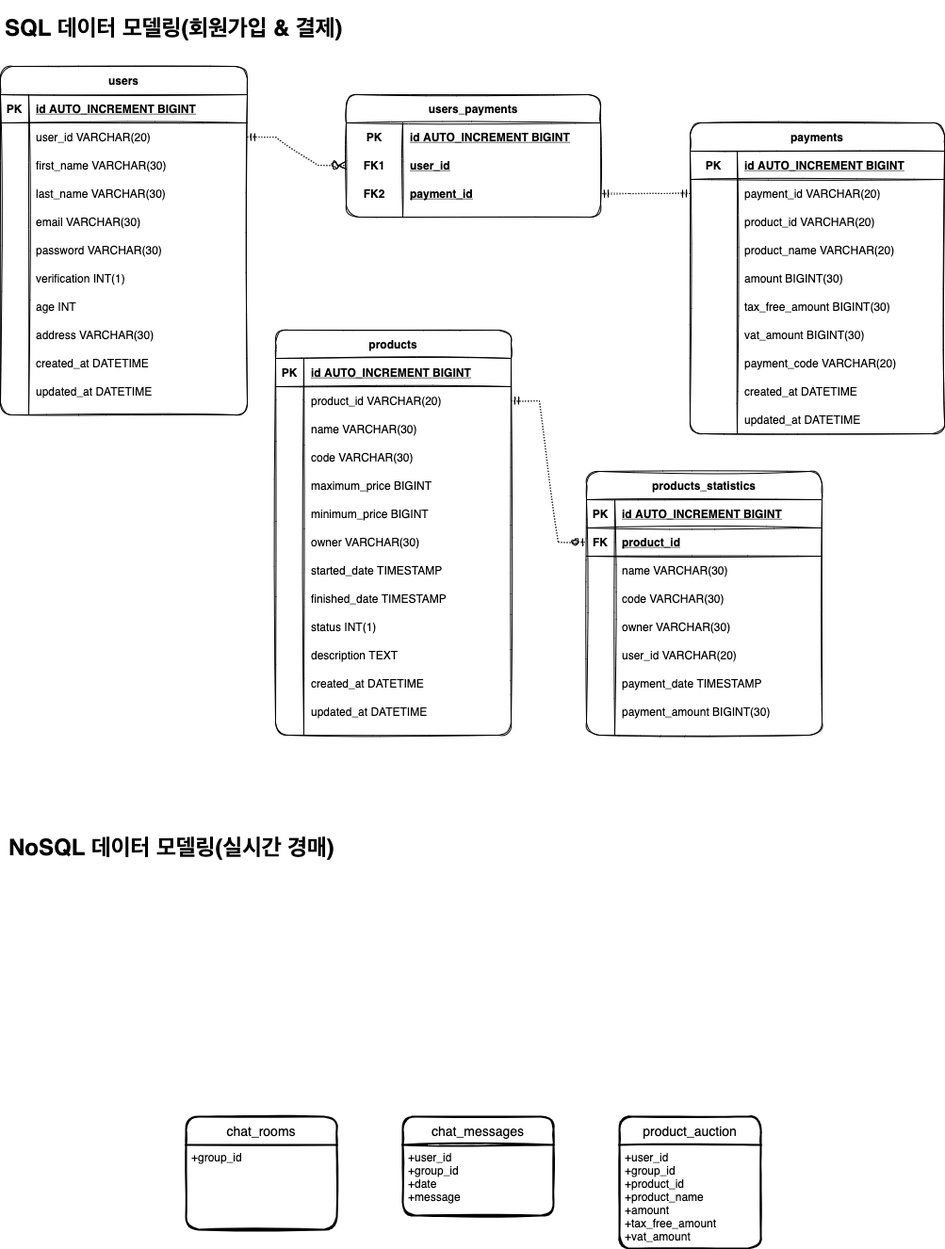
The draw.io diagram sago_database_schema.png in AnneMayor/TestRepository, before a commit. Source tidied: cells renumbered, new cells last; positions are measured from the earlier drawing's top-left corner, leaving out a move shared by most shapes.
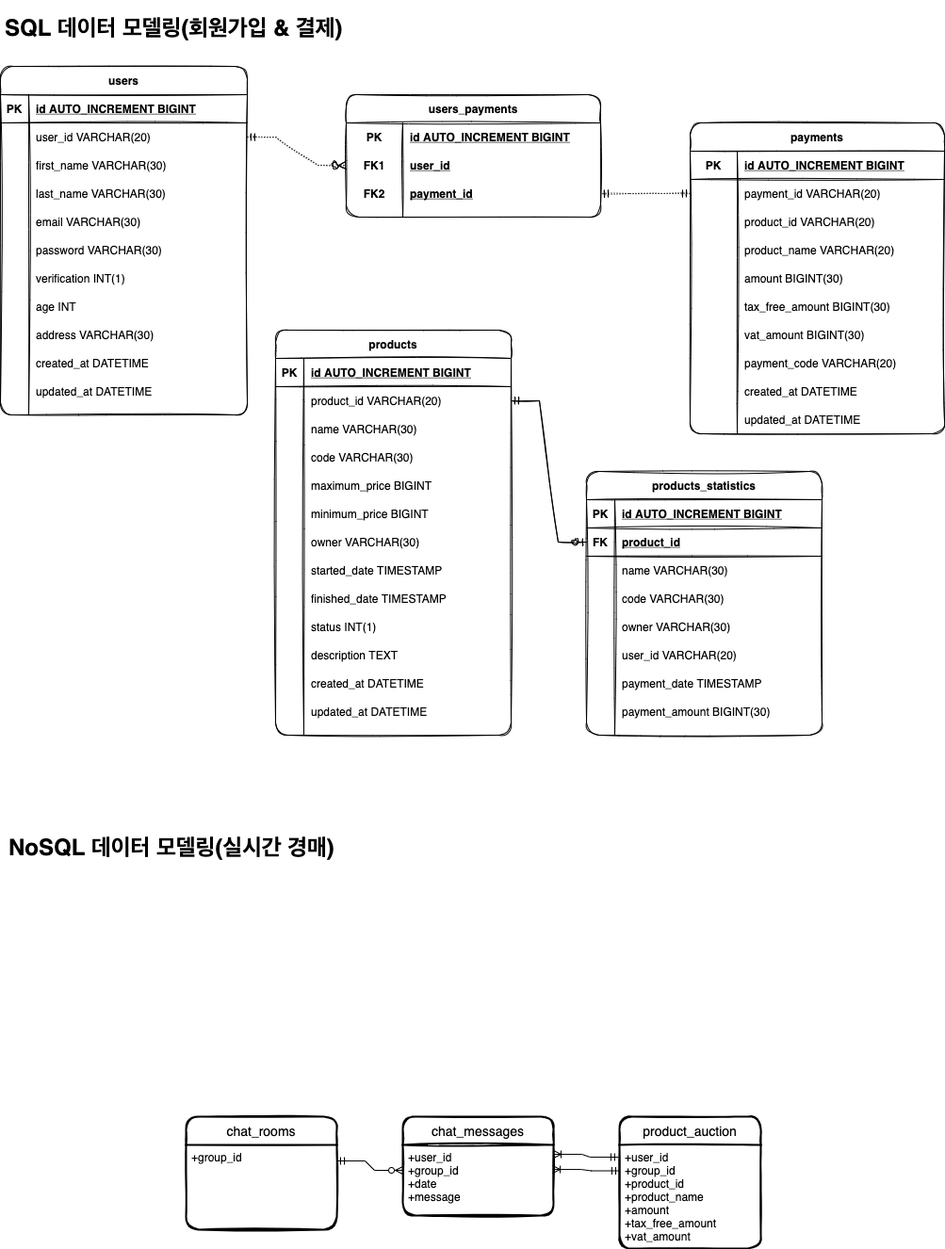
Later version of the same file.

Commit message:
Updated NoSQL relations

Diff of the diagram source:
```diff
@@ -458,8 +458,17 @@
     <mxCell id="153" style="edgeStyle=entityRelationEdgeStyle;fontSize=12;html=1;endArrow=ERzeroToMany;startArrow=ERmandOne;rounded=0;sketch=1;exitX=1;exitY=0.5;exitDx=0;exitDy=0;entryX=0;entryY=0.5;entryDx=0;entryDy=0;dashed=1;dashPattern=1 2;" parent="1" edge="1" source="6" target="81">
       <mxGeometry relative="1" as="geometry" />
     </mxCell>
-    <mxCell id="154" style="edgeStyle=entityRelationEdgeStyle;fontSize=12;html=1;endArrow=ERzeroToOne;startArrow=ERmandOne;rounded=0;sketch=1;entryX=0;entryY=0.5;entryDx=0;entryDy=0;exitX=1;exitY=0.5;exitDx=0;exitDy=0;dashed=1;dashPattern=1 2;" parent="1" edge="1" source="40" target="124">
+    <mxCell id="154" style="edgeStyle=entityRelationEdgeStyle;fontSize=12;html=1;endArrow=ERzeroToOne;startArrow=ERmandOne;rounded=0;sketch=1;entryX=0;entryY=0.5;entryDx=0;entryDy=0;exitX=1;exitY=0.5;exitDx=0;exitDy=0;" parent="1" edge="1" source="40" target="124">
       <mxGeometry relative="1" as="geometry" />
     </mxCell>
+    <mxCell id="155" style="edgeStyle=entityRelationEdgeStyle;fontSize=12;html=1;endArrow=ERzeroToMany;startArrow=ERmandOne;rounded=0;exitX=1;exitY=0.189;exitDx=0;exitDy=0;exitPerimeter=0;entryX=0;entryY=0.36;entryDx=0;entryDy=0;entryPerimeter=0;" parent="1" edge="1" source="147" target="149">
+      <mxGeometry relative="1" as="geometry" />
+    </mxCell>
+    <mxCell id="156" style="edgeStyle=entityRelationEdgeStyle;fontSize=12;html=1;endArrow=ERoneToMany;startArrow=ERmandOne;rounded=0;exitX=-0.007;exitY=0.118;exitDx=0;exitDy=0;exitPerimeter=0;entryX=1;entryY=0.133;entryDx=0;entryDy=0;entryPerimeter=0;" parent="1" edge="1" source="151" target="149">
+      <mxGeometry relative="1" as="geometry" />
+    </mxCell>
+    <mxCell id="157" style="edgeStyle=entityRelationEdgeStyle;fontSize=12;html=1;endArrow=ERoneToMany;startArrow=ERmandOne;rounded=0;exitX=0;exitY=0.25;exitDx=0;exitDy=0;entryX=0.994;entryY=0.347;entryDx=0;entryDy=0;entryPerimeter=0;" parent="1" edge="1" source="151" target="149">
+      <mxGeometry relative="1" as="geometry" />
+    </mxCell>
   </root>
 </mxGraphModel>
```
